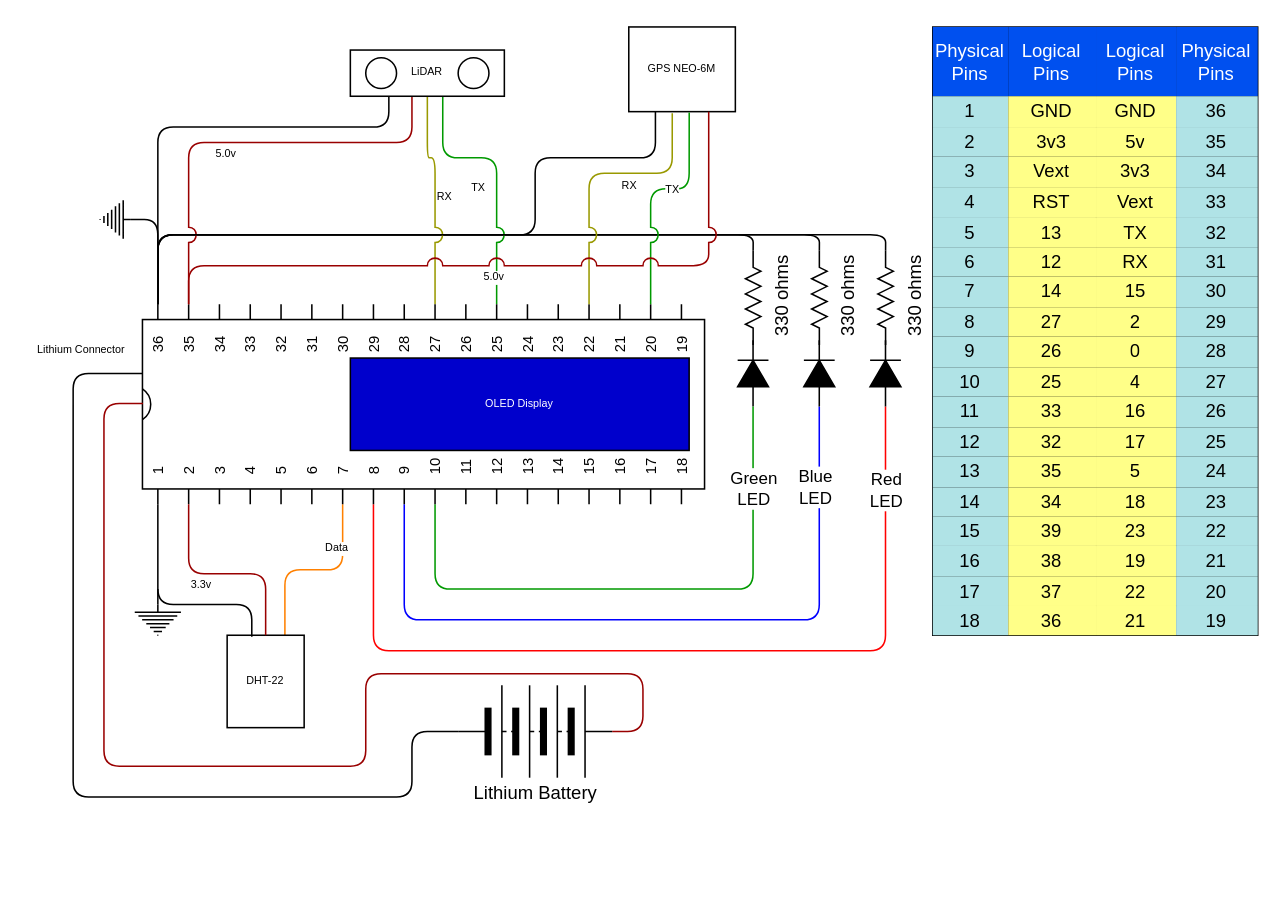
gbd77rc/esp32-iot-x509 keeps this draw.io diagram as page "Circuit Diagram" (3 of 3) of docs/images/esp-startup.drawio. Above is the earlier version. Source tidied: cells renumbered, new cells numbered last; positions are measured from the earlier drawing's top-left corner, leaving out a move shared by most shapes. Both pictures are drawn from the tidied source at 154%, with x=0, y=0 at pixel (26, 26).
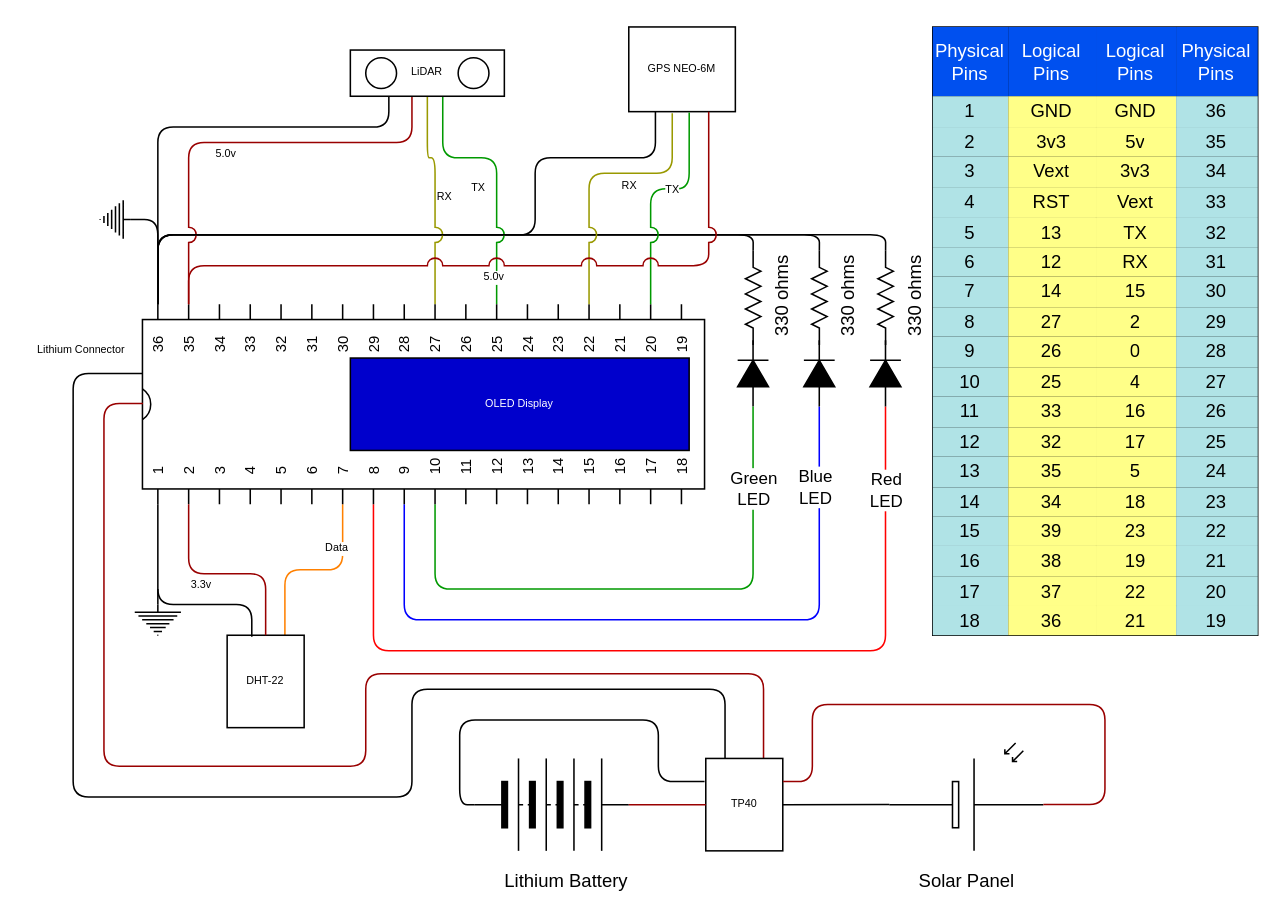
The same page after the edit.

Unchanged cells that the change refers to:
```xml
<mxCell id="20" value="&lt;span style=&quot;font-size: 6px&quot;&gt;ESP32&lt;br&gt;&lt;/span&gt;" style="shadow=0;dashed=0;align=center;html=1;strokeWidth=1;shape=mxgraph.electrical.logic_gates.dual_inline_ic;labelNames=a,b,c,d,e,f,g,h,i,j,k,l,m,n,o,p,q,r,s,t;rotation=-90;" parent="1" vertex="1">
  <mxGeometry x="192.5" y="62.5" width="130" height="365" as="geometry" />
</mxCell>
```

The edit, as a diff of the source:
```diff
@@
-    <mxCell id="2" style="edgeStyle=orthogonalEdgeStyle;rounded=1;jettySize=auto;html=1;endArrow=none;endFill=0;strokeColor=#000000;exitX=0;exitY=0.5;exitDx=0;exitDy=0;" parent="1" edge="1" source="26" target="20">
+    <mxCell id="2" style="edgeStyle=orthogonalEdgeStyle;rounded=1;jettySize=auto;html=1;endArrow=none;endFill=0;strokeColor=#000000;exitX=0.25;exitY=0;exitDx=0;exitDy=0;" parent="1" edge="1" source="151" target="20">
       <mxGeometry relative="1" as="geometry">
         <Array as="points">
-          <mxPoint x="250" y="458" />
+          <mxPoint x="453" y="430" />
+          <mxPoint x="250" y="430" />
           <mxPoint x="250" y="500" />
           <mxPoint x="30" y="500" />
           <mxPoint x="30" y="225" />
           <mxPoint x="90" y="225" />
           <mxPoint x="90" y="245" />
         </Array>
       </mxGeometry>
     </mxCell>
@@
-    <mxCell id="25" style="edgeStyle=orthogonalEdgeStyle;rounded=1;jettySize=auto;html=1;entryX=0.504;entryY=0.001;entryDx=0;entryDy=0;entryPerimeter=0;endArrow=none;endFill=0;strokeColor=#990000;exitX=1;exitY=0.5;exitDx=0;exitDy=0;" parent="1" edge="1" source="26" target="20">
+    <mxCell id="25" style="edgeStyle=orthogonalEdgeStyle;rounded=1;jettySize=auto;html=1;entryX=0.504;entryY=0.001;entryDx=0;entryDy=0;entryPerimeter=0;endArrow=none;endFill=0;strokeColor=#990000;exitX=0.75;exitY=0;exitDx=0;exitDy=0;" parent="1" edge="1" source="151" target="20">
       <mxGeometry relative="1" as="geometry">
         <Array as="points">
-          <mxPoint x="400" y="458" />
-          <mxPoint x="400" y="420" />
+          <mxPoint x="478" y="420" />
           <mxPoint x="220" y="420" />
           <mxPoint x="220" y="480" />
           <mxPoint x="50" y="480" />
           <mxPoint x="50" y="245" />
         </Array>
       </mxGeometry>
     </mxCell>
     <mxCell id="26" style="verticalLabelPosition=bottom;shadow=0;dashed=0;align=center;html=1;verticalAlign=top;shape=mxgraph.electrical.miscellaneous.batteryStack;" parent="1" vertex="1">
-      <mxGeometry x="280" y="427.5" width="100" height="60" as="geometry" />
+      <mxGeometry x="290.8" y="475" width="100" height="60" as="geometry" />
     </mxCell>
     <mxCell id="27" value="Lithium Battery" style="text;html=1;align=center;verticalAlign=middle;" parent="1" vertex="1">
-      <mxGeometry x="280" y="487.5" width="100" height="20" as="geometry" />
+      <mxGeometry x="300" y="545" width="100" height="20" as="geometry" />
     </mxCell>
@@
+    <mxCell id="149" style="verticalLabelPosition=bottom;shadow=0;dashed=0;align=center;html=1;verticalAlign=top;shape=mxgraph.electrical.opto_electronics.solar_cell;" parent="1" vertex="1">
+      <mxGeometry x="560" y="465" width="100" height="70" as="geometry" />
+    </mxCell>
+    <mxCell id="150" value="Solar Panel" style="text;html=1;align=center;verticalAlign=middle;" parent="1" vertex="1">
+      <mxGeometry x="570" y="545" width="80" height="20" as="geometry" />
+    </mxCell>
+    <mxCell id="151" value="TP40" style="rounded=0;whiteSpace=wrap;html=1;fillColor=#FFFFFF;fontSize=7;fontColor=#000000;" parent="1" vertex="1">
+      <mxGeometry x="440.8" y="475" width="50" height="60" as="geometry" />
+    </mxCell>
+    <mxCell id="152" style="edgeStyle=orthogonalEdgeStyle;rounded=1;jettySize=auto;html=1;endArrow=none;endFill=0;strokeColor=#000000;entryX=0;entryY=0.5;entryDx=0;entryDy=0;" parent="1" edge="1" target="26">
+      <mxGeometry relative="1" as="geometry">
+        <mxPoint x="440" y="490" as="sourcePoint" />
+        <Array as="points">
+          <mxPoint x="410" y="490" />
+          <mxPoint x="410" y="450" />
+          <mxPoint x="281" y="450" />
+          <mxPoint x="281" y="505" />
+        </Array>
+      </mxGeometry>
+    </mxCell>
+    <mxCell id="153" style="edgeStyle=orthogonalEdgeStyle;rounded=1;jettySize=auto;html=1;endArrow=none;endFill=0;strokeColor=#990000;exitX=0;exitY=0.5;exitDx=0;exitDy=0;entryX=1;entryY=0.5;entryDx=0;entryDy=0;" parent="1" edge="1" source="151" target="26">
+      <mxGeometry relative="1" as="geometry">
+        <Array as="points">
+          <mxPoint x="410" y="505" />
+          <mxPoint x="410" y="505" />
+        </Array>
+      </mxGeometry>
+    </mxCell>
+    <mxCell id="154" style="edgeStyle=orthogonalEdgeStyle;rounded=1;jettySize=auto;html=1;entryX=1;entryY=0.57;entryDx=0;entryDy=0;entryPerimeter=0;endArrow=none;endFill=0;strokeColor=#990000;" parent="1" edge="1" target="149">
+      <mxGeometry relative="1" as="geometry">
+        <mxPoint x="491" y="490" as="sourcePoint" />
+        <Array as="points">
+          <mxPoint x="510" y="490" />
+          <mxPoint x="510" y="440" />
+          <mxPoint x="700" y="440" />
+          <mxPoint x="700" y="505" />
+        </Array>
+      </mxGeometry>
+    </mxCell>
+    <mxCell id="155" style="edgeStyle=orthogonalEdgeStyle;rounded=1;jettySize=auto;html=1;endArrow=none;endFill=0;strokeColor=#000000;entryX=1;entryY=0.5;entryDx=0;entryDy=0;exitX=0;exitY=0.57;exitDx=0;exitDy=0;exitPerimeter=0;" parent="1" edge="1" source="149" target="151">
+      <mxGeometry relative="1" as="geometry">
+        <Array as="points">
+          <mxPoint x="560" y="505" />
+        </Array>
+      </mxGeometry>
+    </mxCell>
```
